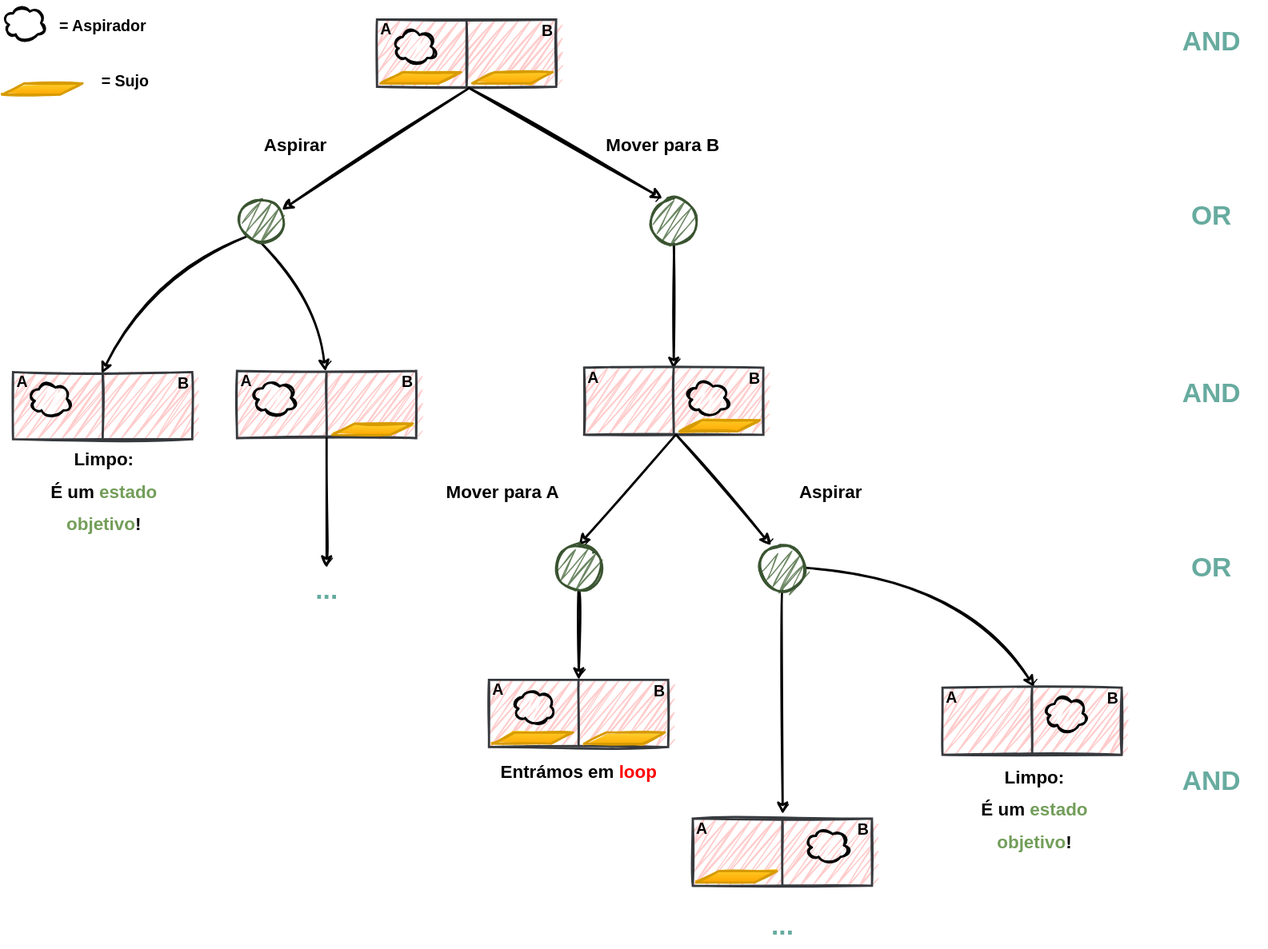
leic-pt/resumos-leic keeps this draw.io diagram as content/ia/imgs/0006-vacuum.svg. Above is the earlier version. Source tidied: cells renumbered, new cells last; positions are measured from the earlier drawing's top-left corner, leaving out a move shared by most shapes.
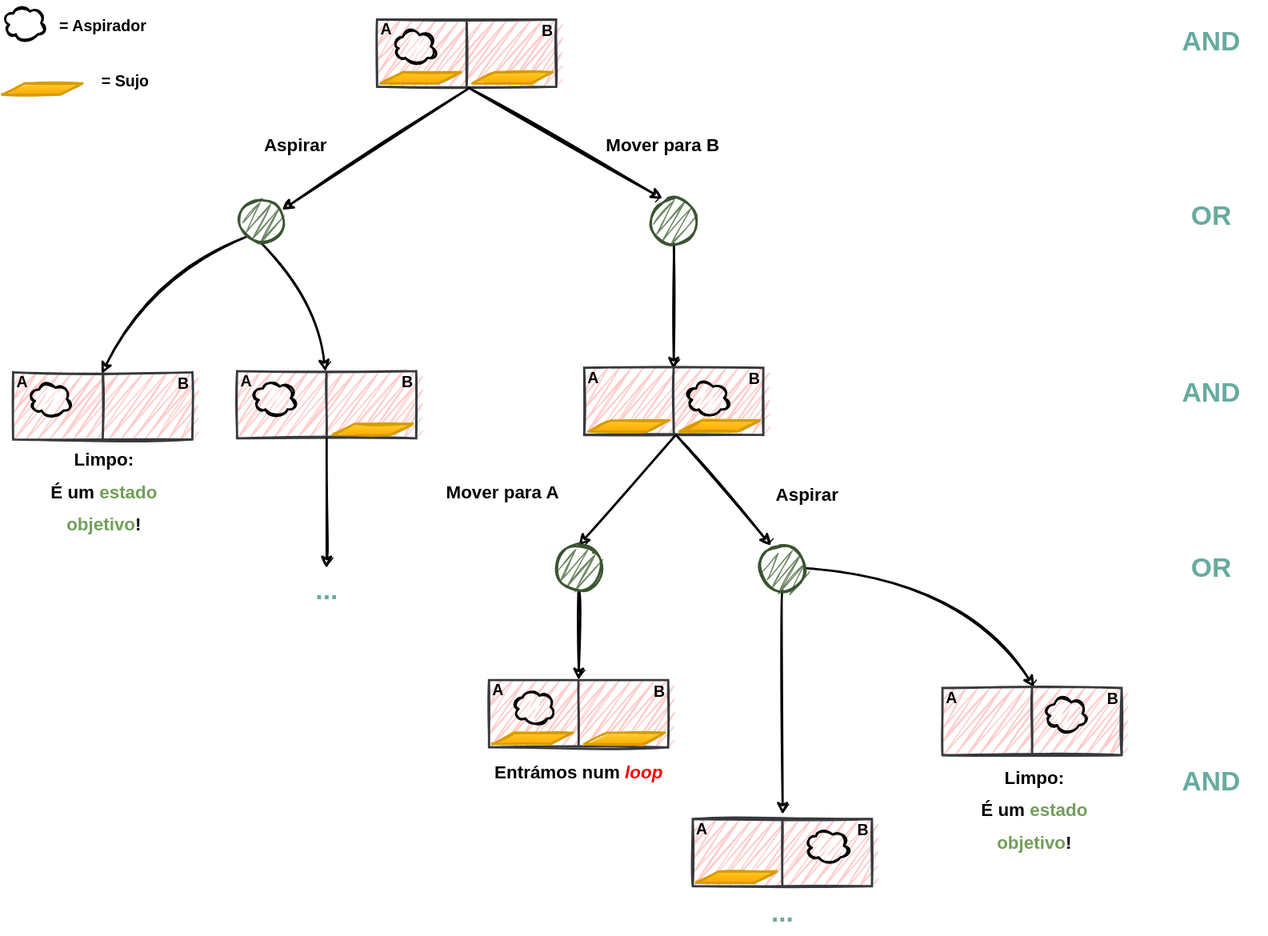
After the change.

Commit message:
[IA] Fix SVG, typos and wording on the Local Search page (#788)

Change to the diagram source:
```diff
@@ -202,7 +202,7 @@
       <mxGeometry x="397" y="416.9" width="100" height="40" as="geometry" />
     </mxCell>
     <mxCell id="61" value="&lt;font style=&quot;font-size: 16px;&quot;&gt;Aspirar&lt;/font&gt;" style="text;strokeColor=none;fillColor=none;html=1;fontSize=24;fontStyle=1;verticalAlign=middle;align=center;sketch=1;fillStyle=zigzag;" parent="1" vertex="1">
-      <mxGeometry x="690" y="416.9" width="100" height="40" as="geometry" />
+      <mxGeometry x="669" y="418.9" width="100" height="40" as="geometry" />
     </mxCell>
     <mxCell id="62" style="shape=table;startSize=0;sketch=1;strokeWidth=2;fillColor=#ffcccc;strokeColor=#36393d;fillStyle=zigzag;" parent="1" vertex="1">
       <mxGeometry x="435" y="607" width="160" height="60" as="geometry" />
@@ -231,7 +231,7 @@
     <mxCell id="70" style="shape=parallelogram;perimeter=parallelogramPerimeter;whiteSpace=wrap;html=1;fixedSize=1;sketch=1;fillStyle=auto;fontSize=14;strokeWidth=2;fillColor=#ffcd28;gradientColor=#ffa500;strokeColor=#d79b00;" parent="1" vertex="1">
       <mxGeometry x="520" y="654" width="72" height="10" as="geometry" />
     </mxCell>
-    <mxCell id="71" value="&lt;span style=&quot;font-size: 16px;&quot;&gt;Entrámos em &lt;font color=&quot;#ff0000&quot;&gt;loop&lt;/font&gt;&lt;/span&gt;" style="text;strokeColor=none;fillColor=none;html=1;fontSize=24;fontStyle=1;verticalAlign=middle;align=center;sketch=1;fillStyle=zigzag;" parent="1" vertex="1">
+    <mxCell id="71" value="&lt;span style=&quot;font-size: 16px;&quot;&gt;Entrámos num&amp;nbsp;&lt;font color=&quot;#ff0000&quot;&gt;&lt;i&gt;loop&lt;/i&gt;&lt;/font&gt;&lt;/span&gt;" style="text;strokeColor=none;fillColor=none;html=1;fontSize=24;fontStyle=1;verticalAlign=middle;align=center;sketch=1;fillStyle=zigzag;" parent="1" vertex="1">
       <mxGeometry x="446.5" y="677" width="137" height="20" as="geometry" />
     </mxCell>
     <mxCell id="72" style="shape=table;startSize=0;sketch=1;strokeWidth=2;fillColor=#ffcccc;strokeColor=#36393d;fillStyle=zigzag;" parent="1" vertex="1">
@@ -283,7 +283,7 @@
       <mxGeometry x="853" y="711" width="137" height="20" as="geometry" />
     </mxCell>
     <mxCell id="88" value="&lt;font color=&quot;#67ab9f&quot;&gt;...&lt;/font&gt;" style="text;strokeColor=none;fillColor=none;html=1;fontSize=24;fontStyle=1;verticalAlign=middle;align=center;sketch=1;fillStyle=zigzag;fontColor=#739E5A;" parent="1" vertex="1">
-      <mxGeometry x="647" y="807" width="100" height="40" as="geometry" />
+      <mxGeometry x="647" y="795" width="100" height="40" as="geometry" />
     </mxCell>
     <mxCell id="89" value="&lt;font color=&quot;#67ab9f&quot;&gt;OR&lt;/font&gt;" style="text;strokeColor=none;fillColor=none;html=1;fontSize=24;fontStyle=1;verticalAlign=middle;align=center;sketch=1;fillStyle=zigzag;fontColor=#739E5A;" parent="1" vertex="1">
       <mxGeometry x="1030" y="487" width="100" height="40" as="geometry" />
@@ -291,5 +291,8 @@
     <mxCell id="90" value="&lt;font color=&quot;#67ab9f&quot;&gt;AND&lt;/font&gt;" style="text;strokeColor=none;fillColor=none;html=1;fontSize=24;fontStyle=1;verticalAlign=middle;align=center;sketch=1;fillStyle=zigzag;fontColor=#739E5A;" parent="1" vertex="1">
       <mxGeometry x="1030" y="678" width="100" height="40" as="geometry" />
     </mxCell>
+    <mxCell id="91" style="shape=parallelogram;perimeter=parallelogramPerimeter;whiteSpace=wrap;html=1;fixedSize=1;sketch=1;fillStyle=auto;fontSize=14;strokeWidth=2;fillColor=#ffcd28;gradientColor=#ffa500;strokeColor=#d79b00;" parent="1" vertex="1">
+      <mxGeometry x="524" y="375" width="72" height="10" as="geometry" />
+    </mxCell>
   </root>
 </mxGraphModel>
```
